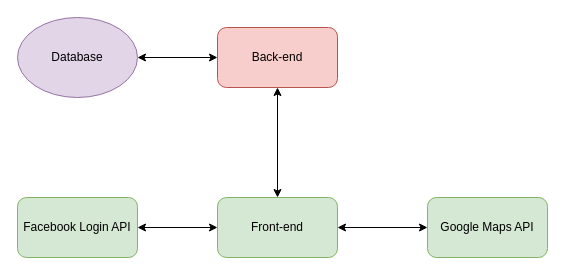
MartynasRisys/KTU keeps this draw.io diagram as 4 kursas/Saityno taikomuju programu projektavimas/0 lab/sistemos_architektura.drawio. Above is the earlier version. Source tidied: cells renumbered, new cells numbered last; positions are measured from the earlier drawing's top-left corner, leaving out a move shared by most shapes. Both pictures are drawn from the tidied source at 100%, with x=0, y=0 at pixel (17, 17).
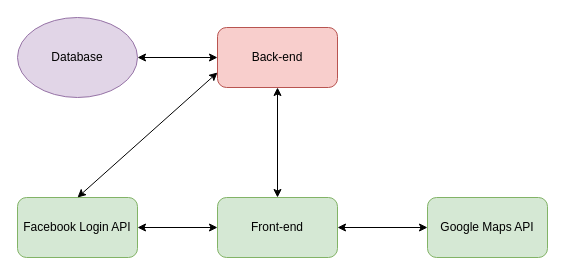
The same diagram, later.

Change to the diagram source:
```diff
@@
 <mxGraphModel>
   <root>
     <mxCell id="0" />
     <mxCell id="1" parent="0" />
     <mxCell id="2" value="Front-end" style="rounded=1;whiteSpace=wrap;html=1;fillColor=#d5e8d4;strokeColor=#82b366;" parent="1" vertex="1">
       <mxGeometry x="200" y="180" width="120" height="60" as="geometry" />
     </mxCell>
     <mxCell id="3" value="Back-end" style="rounded=1;whiteSpace=wrap;html=1;fillColor=#f8cecc;strokeColor=#b85450;" parent="1" vertex="1">
       <mxGeometry x="200" y="10" width="120" height="60" as="geometry" />
     </mxCell>
     <mxCell id="4" value="Google Maps API" style="rounded=1;whiteSpace=wrap;html=1;fillColor=#d5e8d4;strokeColor=#82b366;" parent="1" vertex="1">
       <mxGeometry x="410" y="180" width="120" height="60" as="geometry" />
     </mxCell>
     <mxCell id="5" style="endArrow=classic;startArrow=classic;html=1;entryX=0;entryY=0.5;entryDx=0;entryDy=0;" parent="1" edge="1" source="2" target="4">
       <mxGeometry relative="1" as="geometry" />
     </mxCell>
     <mxCell id="6" style="endArrow=classic;startArrow=classic;html=1;entryX=0.5;entryY=1;entryDx=0;entryDy=0;" parent="1" edge="1" source="2" target="3">
       <mxGeometry relative="1" as="geometry" />
     </mxCell>
     <mxCell id="7" value="Database" style="ellipse;whiteSpace=wrap;html=1;fillColor=#e1d5e7;strokeColor=#9673a6;" parent="1" vertex="1">
       <mxGeometry width="120" height="80" as="geometry" />
     </mxCell>
     <mxCell id="8" style="endArrow=classic;startArrow=classic;html=1;entryX=0;entryY=0.5;entryDx=0;entryDy=0;exitX=1;exitY=0.5;exitDx=0;exitDy=0;" parent="1" edge="1" source="7" target="3">
       <mxGeometry relative="1" as="geometry" />
     </mxCell>
     <mxCell id="9" value="Facebook Login API" style="rounded=1;whiteSpace=wrap;html=1;fillColor=#d5e8d4;strokeColor=#82b366;" parent="1" vertex="1">
       <mxGeometry y="180" width="120" height="60" as="geometry" />
     </mxCell>
     <mxCell id="10" style="endArrow=classic;startArrow=classic;html=1;entryX=0;entryY=0.5;entryDx=0;entryDy=0;exitX=1;exitY=0.5;exitDx=0;exitDy=0;" parent="1" edge="1" source="9" target="2">
       <mxGeometry relative="1" as="geometry" />
     </mxCell>
+    <mxCell id="11" style="endArrow=classic;startArrow=classic;html=1;entryX=0;entryY=0.75;entryDx=0;entryDy=0;exitX=0.5;exitY=0;exitDx=0;exitDy=0;" parent="1" edge="1" source="9" target="3">
+      <mxGeometry relative="1" as="geometry" />
+    </mxCell>
   </root>
 </mxGraphModel>
```
